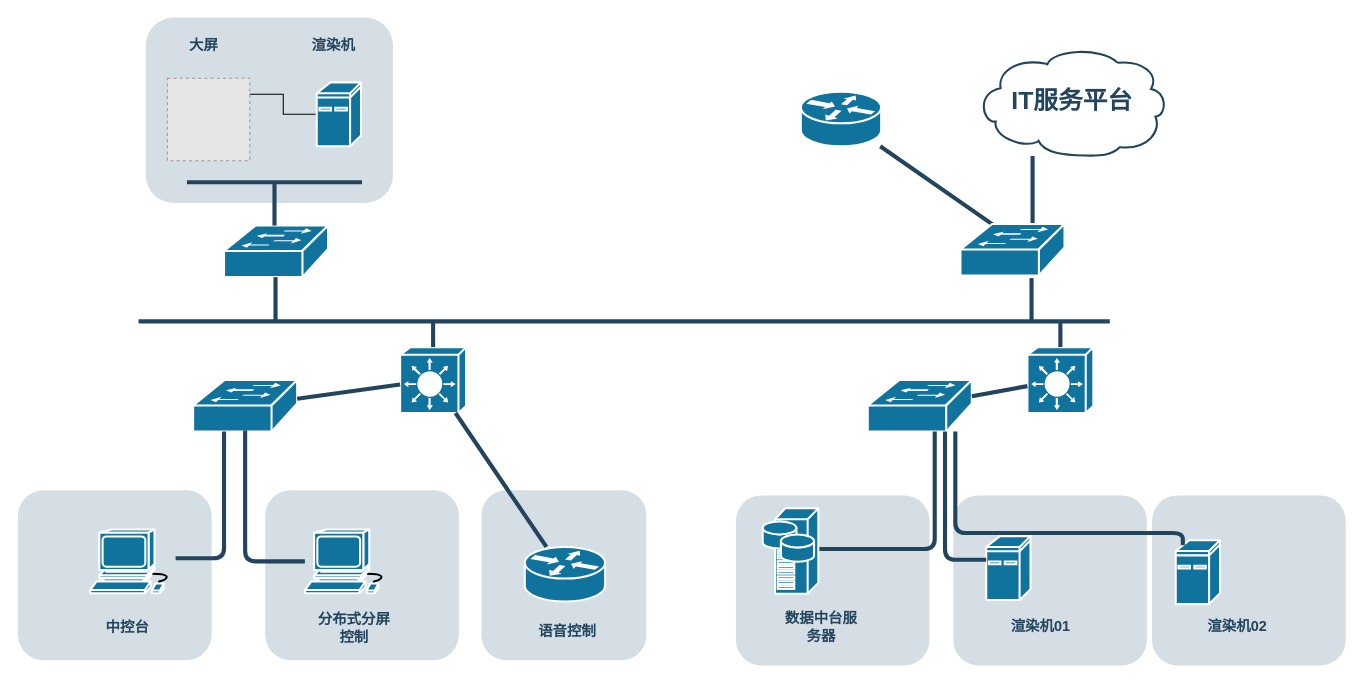
The draw.io diagram TianjingHjy.drawio in DeanTuYu/DrawIo, before the edit. Source tidied: cells renumbered, new cells numbered last; positions are measured from the earlier drawing's top-left corner, leaving out a move shared by most shapes. Both pictures are drawn from the tidied source at 103%, with x=0, y=0 at pixel (18, 18). Pictures stored in the file or linked from it are replaced by grey dashed boxes.
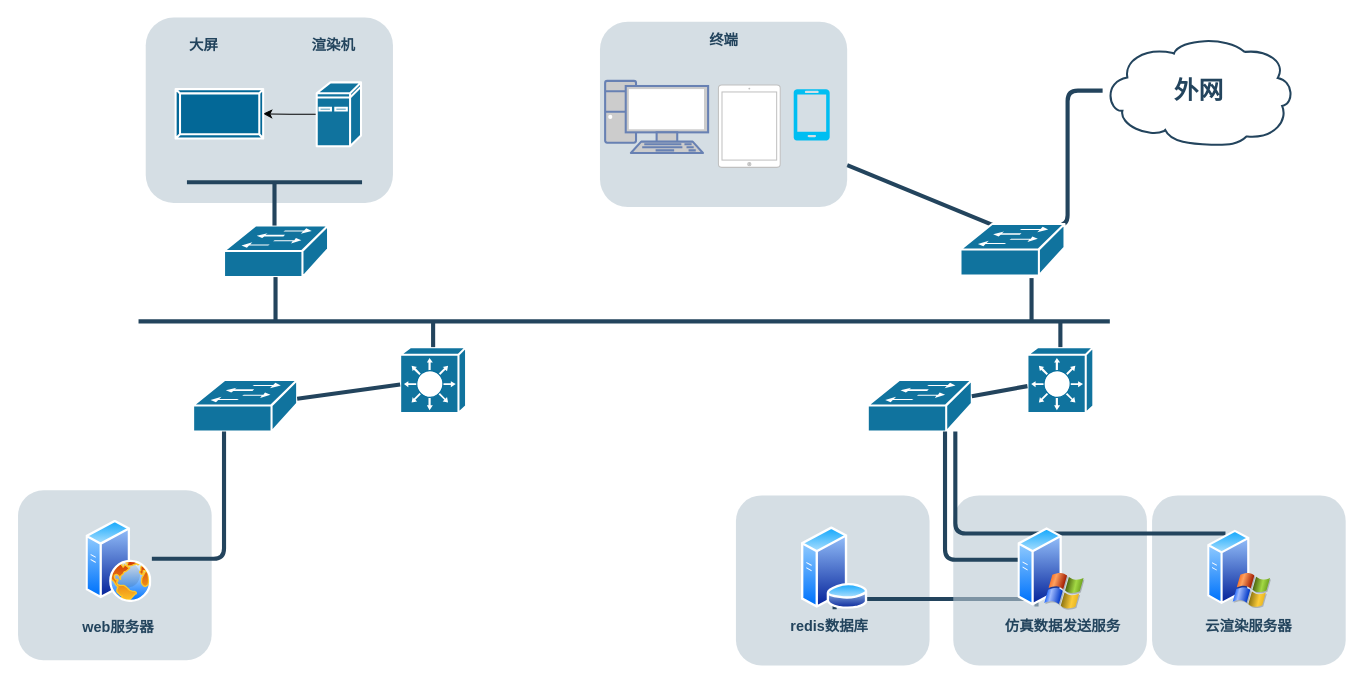
After the change.

Unchanged cells that the change refers to:
```xml
<mxCell id="9" style="shape=mxgraph.cisco.switches.layer_3_switch;html=1;dashed=0;fillColor=#10739E;strokeColor=#ffffff;strokeWidth=2;verticalLabelPosition=bottom;verticalAlign=top;fontFamily=Helvetica;fontSize=36;fontColor=#FFB366;" parent="1" vertex="1">
  <mxGeometry x="371" y="319.5" width="64" height="64" as="geometry" />
</mxCell>
<mxCell id="11" style="shape=mxgraph.cisco.switches.workgroup_switch;html=1;dashed=0;fillColor=#10739E;strokeColor=#ffffff;strokeWidth=2;verticalLabelPosition=bottom;verticalAlign=top;fontFamily=Helvetica;fontSize=36;fontColor=#FFB366;" parent="1" vertex="1">
  <mxGeometry x="170" y="351.5" width="101" height="50" as="geometry" />
</mxCell>
<mxCell id="12" style="shape=mxgraph.cisco.switches.workgroup_switch;html=1;dashed=0;fillColor=#10739E;strokeColor=#ffffff;strokeWidth=2;verticalLabelPosition=bottom;verticalAlign=top;fontFamily=Helvetica;fontSize=36;fontColor=#FFB366;" parent="1" vertex="1">
  <mxGeometry x="825" y="351.5" width="101" height="50" as="geometry" />
</mxCell>
<mxCell id="48" style="shape=mxgraph.cisco.computers_and_peripherals.ibm_mini_as400;html=1;dashed=0;fillColor=#10739E;strokeColor=#ffffff;strokeWidth=2;verticalLabelPosition=bottom;verticalAlign=top;fontFamily=Helvetica;fontSize=36;fontColor=#FFB366;" parent="1" vertex="1">
  <mxGeometry x="290" y="62.5" width="43" height="62" as="geometry" />
</mxCell>
```

What changed in the source:
```diff
@@
-    <mxCell id="2" style="rounded=1;whiteSpace=wrap;html=1;strokeColor=none;fillColor=#BAC8D3;fontSize=24;fontColor=#23445D;align=center;opacity=60;" parent="1" vertex="1">
-      <mxGeometry x="240" y="458.5" width="188" height="165" as="geometry" />
-    </mxCell>
-    <mxCell id="3" style="rounded=1;whiteSpace=wrap;html=1;strokeColor=none;fillColor=#BAC8D3;fontSize=24;fontColor=#23445D;align=center;opacity=60;" parent="1" vertex="1">
-      <mxGeometry x="450" y="458.5" width="160" height="165" as="geometry" />
-    </mxCell>
-    <mxCell id="4" value="&lt;font color=&quot;#23445d&quot;&gt;分布式分屏控制&lt;/font&gt;" style="rounded=1;whiteSpace=wrap;html=1;strokeColor=none;fillColor=none;fontSize=14;fontColor=#742B21;align=center;fontStyle=1;" parent="1" vertex="1">
-      <mxGeometry x="290" y="582" width="73" height="19" as="geometry" />
-    </mxCell>
@@
-    <mxCell id="13" style="shape=mxgraph.cisco.routers.router;html=1;dashed=0;fillColor=#10739E;strokeColor=#ffffff;strokeWidth=2;verticalLabelPosition=bottom;verticalAlign=top;fontFamily=Helvetica;fontSize=36;fontColor=#FFB366;" parent="1" vertex="1">
-      <mxGeometry x="492" y="513.5" width="78" height="53" as="geometry" />
-    </mxCell>
-    <mxCell id="14" style="shape=mxgraph.cisco.routers.router;html=1;dashed=0;fillColor=#10739E;strokeColor=#ffffff;strokeWidth=2;verticalLabelPosition=bottom;verticalAlign=top;fontFamily=Helvetica;fontSize=36;fontColor=#FFB366;" parent="1" vertex="1">
-      <mxGeometry x="760" y="71.5" width="78" height="53" as="geometry" />
-    </mxCell>
@@
-    <mxCell id="21" style="elbow=horizontal;endArrow=none;html=1;strokeColor=#23445D;endFill=0;strokeWidth=4;rounded=1;" parent="1" edge="1" target="14">
+    <mxCell id="21" style="elbow=horizontal;endArrow=none;html=1;strokeColor=#23445D;endFill=0;strokeWidth=4;rounded=1;" parent="1" edge="1" target="56">
       <mxGeometry relative="1" as="geometry">
         <mxPoint x="947.8" y="201.5" as="sourcePoint" />
       </mxGeometry>
     </mxCell>
@@
-    <mxCell id="23" style="edgeStyle=none;rounded=1;html=1;strokeColor=#23445D;endArrow=none;endFill=0;strokeWidth=4;" parent="1" edge="1" source="9" target="13">
-      <mxGeometry relative="1" as="geometry" />
-    </mxCell>
@@
-    <mxCell id="27" style="edgeStyle=orthogonalEdgeStyle;rounded=1;html=1;strokeColor=#23445D;endArrow=none;endFill=0;strokeWidth=4;" parent="1" edge="1" source="11" target="35">
+    <mxCell id="27" style="edgeStyle=orthogonalEdgeStyle;rounded=1;html=1;strokeColor=#23445D;endArrow=none;endFill=0;strokeWidth=4;" parent="1" edge="1" source="11" target="55">
       <mxGeometry relative="1" as="geometry">
         <Array as="points">
-          <mxPoint x="200" y="524.5" />
+          <mxPoint x="200" y="525" />
         </Array>
       </mxGeometry>
     </mxCell>
-    <mxCell id="28" style="rounded=1;html=1;strokeColor=#23445D;endArrow=none;endFill=0;strokeWidth=4;edgeStyle=orthogonalEdgeStyle;exitX=0.5;exitY=0.98;exitDx=0;exitDy=0;exitPerimeter=0;" parent="1" edge="1" source="11" target="36">
-      <mxGeometry relative="1" as="geometry">
-        <Array as="points">
-          <mxPoint x="221" y="527.5" />
-        </Array>
-      </mxGeometry>
-    </mxCell>
-    <mxCell id="29" style="edgeStyle=orthogonalEdgeStyle;rounded=1;html=1;strokeColor=#23445D;endArrow=none;endFill=0;strokeWidth=4;" parent="1" edge="1" source="12" target="37">
+    <mxCell id="29" style="edgeStyle=orthogonalEdgeStyle;rounded=1;html=1;strokeColor=#23445D;endArrow=none;endFill=0;strokeWidth=4;entryX=0.5;entryY=1;entryDx=0;entryDy=0;exitX=0.25;exitY=1;exitDx=0;exitDy=0;" parent="1" edge="1" source="52" target="54">
       <mxGeometry relative="1" as="geometry">
         <Array as="points">
-          <mxPoint x="890" y="515.5" />
+          <mxPoint x="989" y="564" />
+          <mxPoint x="793" y="564" />
         </Array>
       </mxGeometry>
     </mxCell>
@@
-    <mxCell id="31" value="数据中台服务器" style="rounded=1;whiteSpace=wrap;html=1;strokeColor=none;fillColor=none;fontSize=14;fontColor=#23445D;align=center;fontStyle=1;" parent="1" vertex="1">
-      <mxGeometry x="741" y="581" width="78" height="20" as="geometry" />
+    <mxCell id="31" value="redis数据库" style="rounded=1;whiteSpace=wrap;html=1;strokeColor=none;fillColor=none;fontSize=14;fontColor=#23445D;align=center;fontStyle=1;" parent="1" vertex="1">
+      <mxGeometry x="741" y="581" width="94" height="20" as="geometry" />
     </mxCell>
-    <mxCell id="32" value="&lt;font color=&quot;#23445d&quot;&gt;语音控制&lt;/font&gt;" style="rounded=1;whiteSpace=wrap;html=1;strokeColor=none;fillColor=none;fontSize=14;fontColor=#742B21;align=center;fontStyle=1;" parent="1" vertex="1">
-      <mxGeometry x="478.5" y="585.5" width="109" height="19" as="geometry" />
-    </mxCell>
-    <mxCell id="33" value="中控台" style="rounded=1;whiteSpace=wrap;html=1;strokeColor=none;fillColor=none;fontSize=14;fontColor=#23445D;align=center;fontStyle=1;" parent="1" vertex="1">
-      <mxGeometry x="60" y="582" width="93" height="19" as="geometry" />
+    <mxCell id="33" value="web服务器" style="rounded=1;whiteSpace=wrap;html=1;strokeColor=none;fillColor=none;fontSize=14;fontColor=#23445D;align=center;fontStyle=1;" parent="1" vertex="1">
+      <mxGeometry x="51" y="582" width="93" height="19" as="geometry" />
     </mxCell>
-    <mxCell id="34" style="edgeStyle=orthogonalEdgeStyle;curved=1;rounded=0;jumpStyle=none;html=1;exitX=0.75;exitY=0;entryX=0.75;entryY=0;shadow=0;labelBackgroundColor=#ffffff;startArrow=none;startFill=0;endArrow=none;endFill=0;endSize=10;jettySize=auto;orthogonalLoop=1;strokeColor=#23445D;strokeWidth=2;fillColor=#F08705;fontFamily=Helvetica;fontSize=25;fontColor=#23445D;align=left;" parent="1" edge="1" source="4" target="4">
-      <mxGeometry relative="1" as="geometry" />
+    <mxCell id="34" style="edgeStyle=orthogonalEdgeStyle;curved=1;rounded=0;jumpStyle=none;html=1;exitX=0.75;exitY=0;entryX=0.75;entryY=0;shadow=0;labelBackgroundColor=#ffffff;startArrow=none;startFill=0;endArrow=none;endFill=0;endSize=10;jettySize=auto;orthogonalLoop=1;strokeColor=#23445D;strokeWidth=2;fillColor=#F08705;fontFamily=Helvetica;fontSize=25;fontColor=#23445D;align=left;" parent="1" edge="1">
+      <mxGeometry relative="1" as="geometry">
+        <mxPoint x="344.8" y="582" as="sourcePoint" />
+        <mxPoint x="344.8" y="582" as="targetPoint" />
+      </mxGeometry>
     </mxCell>
-    <mxCell id="35" style="shape=mxgraph.cisco.computers_and_peripherals.workstation;html=1;dashed=0;fillColor=#10739E;strokeColor=#ffffff;strokeWidth=2;verticalLabelPosition=bottom;verticalAlign=top;fontFamily=Helvetica;fontSize=36;fontColor=#FFB366;" parent="1" vertex="1">
-      <mxGeometry x="70" y="496.5" width="83" height="62" as="geometry" />
-    </mxCell>
-    <mxCell id="36" style="shape=mxgraph.cisco.computers_and_peripherals.workstation;html=1;dashed=0;fillColor=#10739E;strokeColor=#ffffff;strokeWidth=2;verticalLabelPosition=bottom;verticalAlign=top;fontFamily=Helvetica;fontSize=36;fontColor=#FFB366;" parent="1" vertex="1">
-      <mxGeometry x="278.5" y="496.5" width="83" height="62" as="geometry" />
-    </mxCell>
-    <mxCell id="37" style="shape=mxgraph.cisco.servers.storage_server;html=1;dashed=0;fillColor=#10739E;strokeColor=#ffffff;strokeWidth=2;verticalLabelPosition=bottom;verticalAlign=top;fontFamily=Helvetica;fontSize=36;fontColor=#FFB366;" parent="1" vertex="1">
-      <mxGeometry x="723" y="476" width="54" height="83" as="geometry" />
-    </mxCell>
@@
-    <mxCell id="39" value="渲染机01" style="rounded=1;whiteSpace=wrap;html=1;strokeColor=none;fillColor=none;fontSize=14;fontColor=#23445D;align=center;fontStyle=1;" parent="1" vertex="1">
-      <mxGeometry x="954" y="581" width="78" height="20" as="geometry" />
+    <mxCell id="39" value="仿真数据发送服务" style="rounded=1;whiteSpace=wrap;html=1;strokeColor=none;fillColor=none;fontSize=14;fontColor=#23445D;align=center;fontStyle=1;" parent="1" vertex="1">
+      <mxGeometry x="954" y="581" width="121" height="20" as="geometry" />
     </mxCell>
@@
-    <mxCell id="41" value="渲染机02" style="rounded=1;whiteSpace=wrap;html=1;strokeColor=none;fillColor=none;fontSize=14;fontColor=#23445D;align=center;fontStyle=1;" parent="1" vertex="1">
-      <mxGeometry x="1145" y="581" width="78" height="20" as="geometry" />
+    <mxCell id="41" value="云渲染服务器" style="rounded=1;whiteSpace=wrap;html=1;strokeColor=none;fillColor=none;fontSize=14;fontColor=#23445D;align=center;fontStyle=1;" parent="1" vertex="1">
+      <mxGeometry x="1145" y="581" width="100" height="20" as="geometry" />
     </mxCell>
-    <mxCell id="42" style="shape=mxgraph.cisco.computers_and_peripherals.ibm_mini_as400;html=1;dashed=0;fillColor=#10739E;strokeColor=#ffffff;strokeWidth=2;verticalLabelPosition=bottom;verticalAlign=top;fontFamily=Helvetica;fontSize=36;fontColor=#FFB366;" parent="1" vertex="1">
-      <mxGeometry x="940" y="503" width="43" height="62" as="geometry" />
-    </mxCell>
-    <mxCell id="43" style="shape=mxgraph.cisco.computers_and_peripherals.ibm_mini_as400;html=1;dashed=0;fillColor=#10739E;strokeColor=#ffffff;strokeWidth=2;verticalLabelPosition=bottom;verticalAlign=top;fontFamily=Helvetica;fontSize=36;fontColor=#FFB366;" parent="1" vertex="1">
-      <mxGeometry x="1124" y="507" width="43" height="62" as="geometry" />
-    </mxCell>
-    <mxCell id="44" style="edgeStyle=orthogonalEdgeStyle;rounded=1;html=1;strokeColor=#23445D;endArrow=none;endFill=0;strokeWidth=4;" parent="1" edge="1" source="12" target="42">
+    <mxCell id="44" style="edgeStyle=orthogonalEdgeStyle;rounded=1;html=1;strokeColor=#23445D;endArrow=none;endFill=0;strokeWidth=4;" parent="1" edge="1" source="12" target="52">
       <mxGeometry relative="1" as="geometry">
         <Array as="points">
           <mxPoint x="900" y="526" />
         </Array>
       </mxGeometry>
     </mxCell>
-    <mxCell id="45" style="edgeStyle=orthogonalEdgeStyle;rounded=1;html=1;strokeColor=#23445D;endArrow=none;endFill=0;strokeWidth=4;entryX=0.16;entryY=0.08;entryDx=0;entryDy=0;entryPerimeter=0;" parent="1" edge="1" source="12" target="43">
+    <mxCell id="45" style="edgeStyle=orthogonalEdgeStyle;rounded=1;html=1;strokeColor=#23445D;endArrow=none;endFill=0;strokeWidth=4;entryX=0.25;entryY=0;entryDx=0;entryDy=0;" parent="1" edge="1" source="12" target="53">
       <mxGeometry relative="1" as="geometry">
         <Array as="points">
           <mxPoint x="910" y="500" />
-          <mxPoint x="1131" y="500" />
         </Array>
       </mxGeometry>
     </mxCell>
-    <mxCell id="46" value="IT服务平台" style="shape=mxgraph.cisco.storage.cloud;html=1;dashed=0;strokeColor=#23445D;fillColor=#ffffff;strokeWidth=2;fontFamily=Helvetica;fontSize=24;fontColor=#23445D;align=center;fontStyle=1;" parent="1" vertex="1">
-      <mxGeometry x="930" y="28" width="186" height="106" as="geometry" />
+    <mxCell id="46" value="外网" style="shape=mxgraph.cisco.storage.cloud;html=1;dashed=0;strokeColor=#23445D;fillColor=#ffffff;strokeWidth=2;fontFamily=Helvetica;fontSize=24;fontColor=#23445D;align=center;fontStyle=1;" parent="1" vertex="1">
+      <mxGeometry x="1053" y="17.5" width="186" height="106" as="geometry" />
     </mxCell>
-    <mxCell id="47" style="edgeStyle=orthogonalEdgeStyle;rounded=0;jettySize=auto;html=1;exitX=0;exitY=0.5;exitDx=0;exitDy=0;exitPerimeter=0;entryX=0.875;entryY=0.194;entryDx=0;entryDy=0;entryPerimeter=0;" parent="1" edge="1" source="48" target="49">
+    <mxCell id="47" style="edgeStyle=orthogonalEdgeStyle;rounded=0;jettySize=auto;html=1;exitX=0;exitY=0.5;exitDx=0;exitDy=0;exitPerimeter=0;entryX=1;entryY=0.5;entryDx=0;entryDy=0;entryPerimeter=0;" parent="1" edge="1" source="48" target="57">
       <mxGeometry relative="1" as="geometry" />
     </mxCell>
@@
-    <mxCell id="49" style="fillColor=#E6E6E6;strokeColor=#999999;dashed=1;html=1;verticalAlign=top;verticalLabelPosition=bottom;labelBackgroundColor=#ffffff;" parent="1" vertex="1">
-      <mxGeometry x="145" y="58.5" width="80" height="80" as="geometry" />
-    </mxCell>
@@
+    <mxCell id="52" style="perimeter=ellipsePerimeter;html=1;align=center;shadow=0;dashed=0;spacingTop=3;image;image=img/lib/active_directory/windows_server_2.svg;" parent="1" vertex="1">
+      <mxGeometry x="970.8" y="494.2" width="65.2" height="81.5" as="geometry" />
+    </mxCell>
+    <mxCell id="53" style="perimeter=ellipsePerimeter;html=1;align=center;shadow=0;dashed=0;spacingTop=3;image;image=img/lib/active_directory/windows_server_2.svg;" parent="1" vertex="1">
+      <mxGeometry x="1155" y="496.5" width="62" height="77.5" as="geometry" />
+    </mxCell>
+    <mxCell id="54" style="perimeter=ellipsePerimeter;html=1;align=center;shadow=0;dashed=0;spacingTop=3;image;image=img/lib/active_directory/database_server.svg;" parent="1" vertex="1">
+      <mxGeometry x="760" y="494" width="65.6" height="80" as="geometry" />
+    </mxCell>
+    <mxCell id="55" style="perimeter=ellipsePerimeter;html=1;align=center;shadow=0;dashed=0;spacingTop=3;image;image=img/lib/active_directory/web_server.svg;" parent="1" vertex="1">
+      <mxGeometry x="66" y="487.5" width="64" height="80" as="geometry" />
+    </mxCell>
+    <mxCell id="56" style="rounded=1;whiteSpace=wrap;html=1;strokeColor=none;fillColor=#BAC8D3;fontSize=24;fontColor=#23445D;align=center;opacity=60;" parent="1" vertex="1">
+      <mxGeometry x="565" y="3.5" width="240" height="180" as="geometry" />
+    </mxCell>
+    <mxCell id="57" style="shape=mxgraph.cisco.misc.pad_2;html=1;dashed=0;fillColor=#036897;strokeColor=#ffffff;strokeWidth=2;verticalLabelPosition=bottom;verticalAlign=top;align=center;outlineConnect=0;" parent="1" vertex="1">
+      <mxGeometry x="153" y="69" width="85" height="48" as="geometry" />
+    </mxCell>
+    <mxCell id="58" style="html=1;verticalLabelPosition=bottom;labelBackgroundColor=#ffffff;verticalAlign=top;shadow=0;dashed=0;strokeWidth=1;shape=mxgraph.ios7.misc.ipad13inch;strokeColor=#c0c0c0;" parent="1" vertex="1">
+      <mxGeometry x="680" y="65" width="60" height="80" as="geometry" />
+    </mxCell>
+    <mxCell id="59" style="verticalLabelPosition=bottom;html=1;verticalAlign=top;align=center;strokeColor=none;fillColor=#00BEF2;shape=mxgraph.azure.mobile;" parent="1" vertex="1">
+      <mxGeometry x="753" y="69" width="35" height="50" as="geometry" />
+    </mxCell>
+    <mxCell id="60" style="fontColor=#0066CC;verticalAlign=top;verticalLabelPosition=bottom;labelPosition=center;align=center;html=1;fillColor=#CCCCCC;strokeColor=#6881B3;gradientColor=none;gradientDirection=north;strokeWidth=2;shape=mxgraph.networks.pc;" parent="1" vertex="1">
+      <mxGeometry x="570" y="61" width="100" height="70" as="geometry" />
+    </mxCell>
+    <mxCell id="61" value="&lt;font color=&quot;#23445d&quot;&gt;终端&lt;/font&gt;" style="rounded=1;whiteSpace=wrap;html=1;strokeColor=none;fillColor=none;fontSize=14;fontColor=#742B21;align=center;fontStyle=1;" parent="1" vertex="1">
+      <mxGeometry x="649.5" y="12" width="71" height="19" as="geometry" />
+    </mxCell>
```
